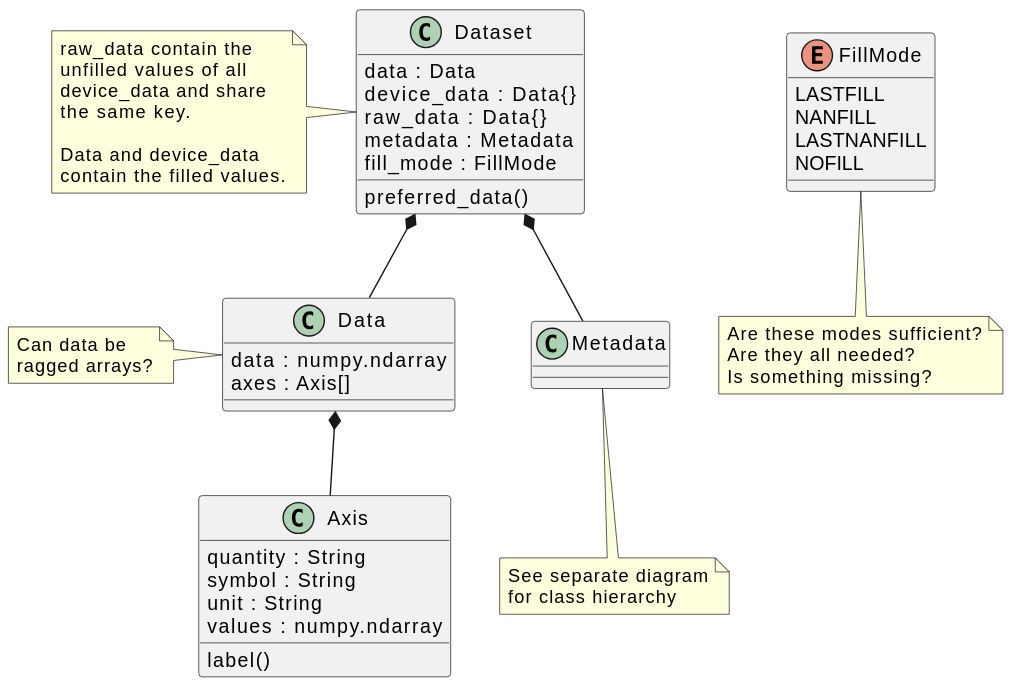
This is docs/uml/evedata.dataset.dataset.svg from tillbiskup/evedata, a PlantUML export, as it was before one commit.
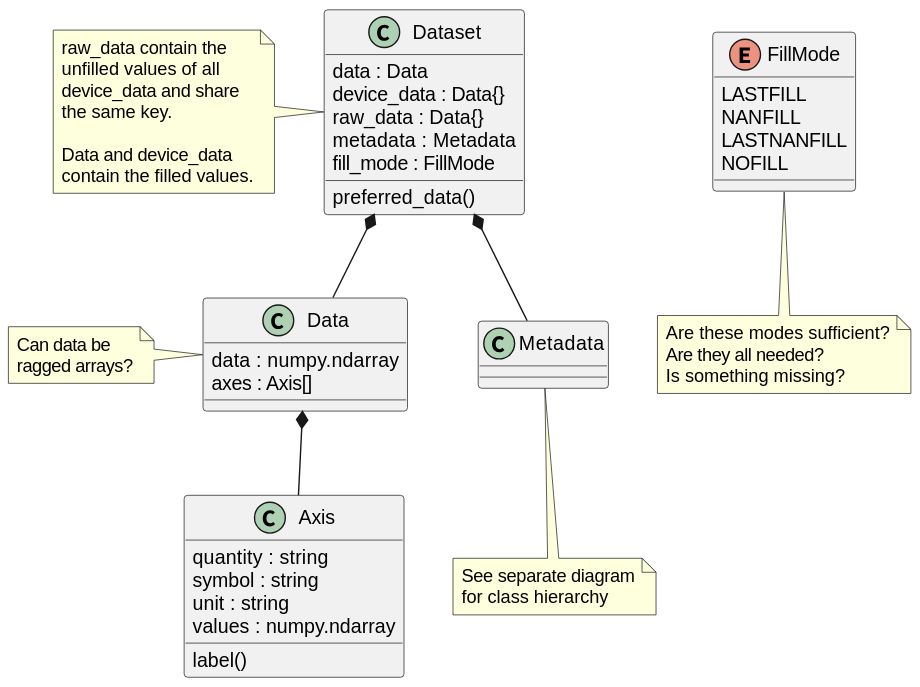
Later version of the same file.

Change to the diagram source:
```diff
@@ -29,9 +29,9 @@
 note left: Can data be\nragged arrays?
 
 class Axis {
-    quantity : String
-    symbol : String
-    unit : String
+    quantity : string
+    symbol : string
+    unit : string
     values : numpy.ndarray
 
     label()
```
